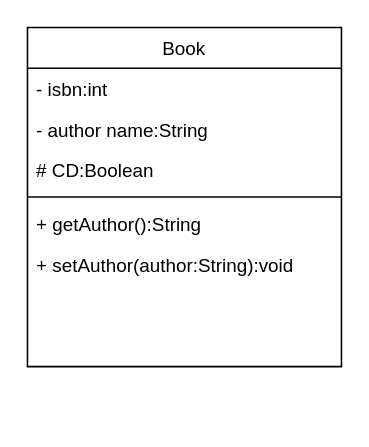
ainulraheem/Week2ClassDiagram keeps this draw.io diagram as Q2.drawio. Above is the earlier version. Source tidied: cells renumbered, new cells numbered last; positions are measured from the earlier drawing's top-left corner, leaving out a move shared by most shapes. Both pictures are drawn from the tidied source at 157%, with x=0, y=0 at pixel (27, 27).
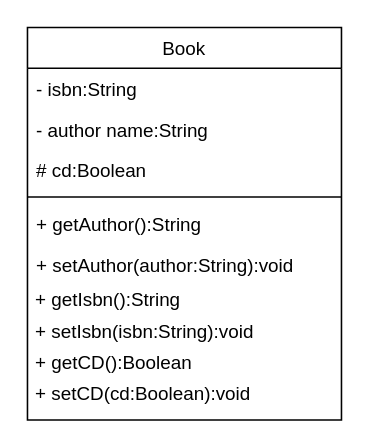
The same diagram, later.

What changed in the source:
```diff
@@
 <mxGraphModel>
   <root>
     <mxCell id="0" />
     <mxCell id="1" parent="0" />
     <mxCell id="2" value="Book" style="swimlane;fontStyle=0;align=center;verticalAlign=top;horizontal=1;startSize=26;rounded=0;shadow=0;strokeWidth=1;" parent="1" vertex="1">
-      <mxGeometry width="200" height="216" as="geometry" />
+      <mxGeometry width="200" height="250" as="geometry" />
     </mxCell>
-    <mxCell id="3" value="- isbn:int" style="text;align=left;verticalAlign=top;spacingLeft=4;spacingRight=4;overflow=hidden;" parent="2" vertex="1">
+    <mxCell id="3" value="- isbn:String" style="text;align=left;verticalAlign=top;spacingLeft=4;spacingRight=4;overflow=hidden;" parent="2" vertex="1">
       <mxGeometry y="26" width="200" height="26" as="geometry" />
     </mxCell>
     <mxCell id="4" value="- author name:String" style="text;align=left;verticalAlign=top;spacingLeft=4;spacingRight=4;overflow=hidden;rounded=0;shadow=0;html=0;" parent="2" vertex="1">
       <mxGeometry y="52" width="200" height="26" as="geometry" />
     </mxCell>
-    <mxCell id="5" value="# CD:Boolean" style="text;align=left;verticalAlign=top;spacingLeft=4;spacingRight=4;overflow=hidden;rounded=0;shadow=0;html=0;" parent="2" vertex="1">
+    <mxCell id="5" value="# cd:Boolean" style="text;align=left;verticalAlign=top;spacingLeft=4;spacingRight=4;overflow=hidden;rounded=0;shadow=0;html=0;" parent="2" vertex="1">
       <mxGeometry y="78" width="200" height="26" as="geometry" />
     </mxCell>
     <mxCell id="6" style="line;html=1;strokeWidth=1;align=left;verticalAlign=middle;spacingTop=-1;spacingLeft=3;spacingRight=3;labelPosition=right;" parent="2" vertex="1">
       <mxGeometry y="104" width="200" height="8" as="geometry" />
     </mxCell>
     <mxCell id="7" value="+ getAuthor():String" style="text;align=left;verticalAlign=top;spacingLeft=4;spacingRight=4;overflow=hidden;" parent="2" vertex="1">
       <mxGeometry y="112" width="200" height="26" as="geometry" />
     </mxCell>
     <mxCell id="8" value="+ setAuthor(author:String):void" style="text;align=left;verticalAlign=top;spacingLeft=4;spacingRight=4;overflow=hidden;" parent="2" vertex="1">
       <mxGeometry y="138" width="200" height="26" as="geometry" />
     </mxCell>
+    <mxCell id="9" value="&amp;nbsp;+ getIsbn():String" style="text;html=1;align=left;verticalAlign=middle;" parent="2" vertex="1">
+      <mxGeometry y="164" width="200" height="20" as="geometry" />
+    </mxCell>
+    <mxCell id="10" value="&amp;nbsp;+ setIsbn(isbn:String):void" style="text;html=1;align=left;verticalAlign=middle;" parent="2" vertex="1">
+      <mxGeometry y="184" width="200" height="20" as="geometry" />
+    </mxCell>
+    <mxCell id="11" value="&amp;nbsp;+ getCD():Boolean" style="text;html=1;align=left;verticalAlign=middle;" parent="2" vertex="1">
+      <mxGeometry y="204" width="200" height="20" as="geometry" />
+    </mxCell>
+    <mxCell id="12" value="&amp;nbsp;+ setCD(cd:Boolean):void" style="text;html=1;align=left;verticalAlign=middle;" parent="2" vertex="1">
+      <mxGeometry y="224" width="200" height="20" as="geometry" />
+    </mxCell>
   </root>
 </mxGraphModel>
```
